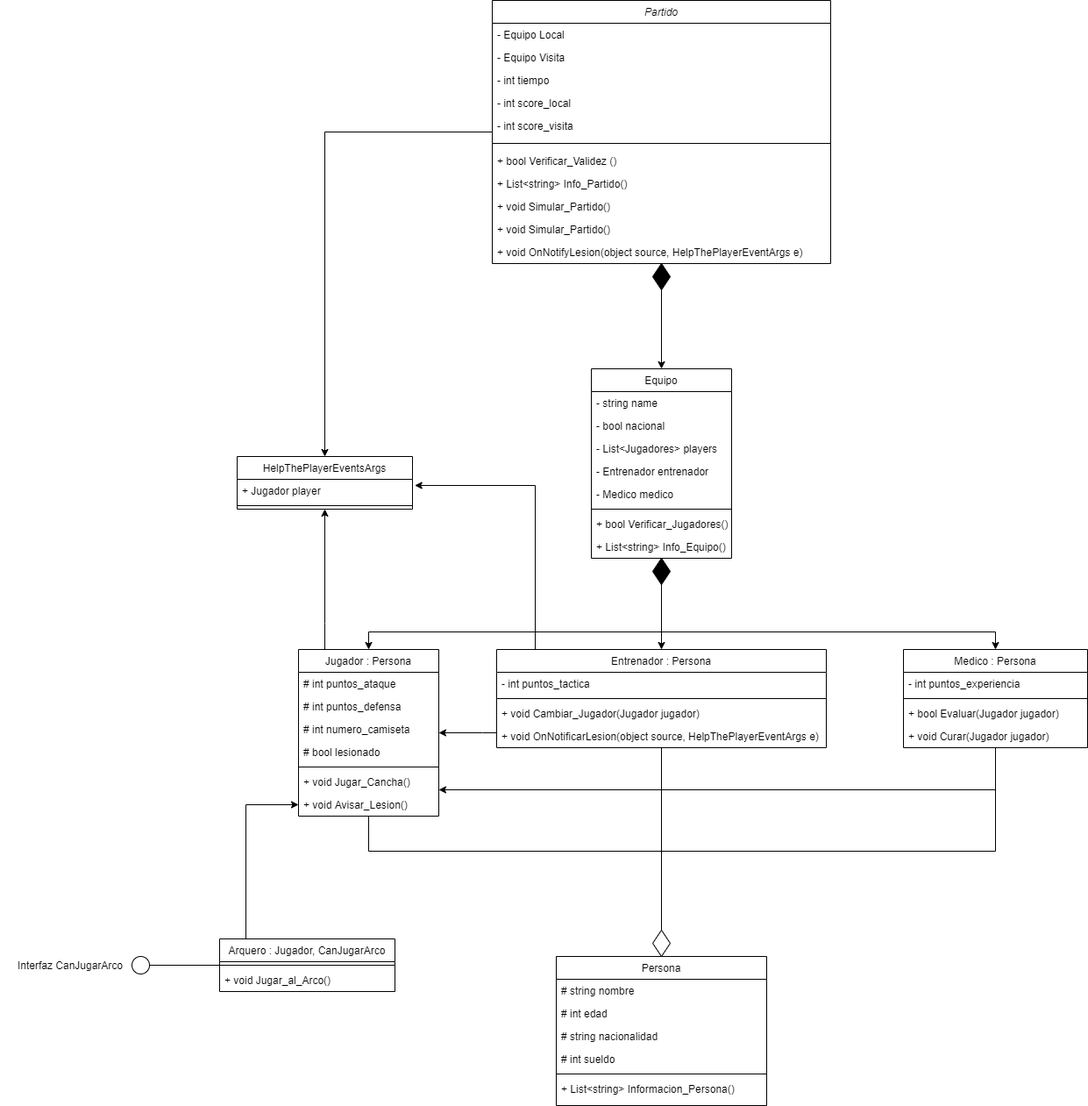
Earlier version of the draw.io export Diagrama Examen POO.png (ICC3101-202010/examen-RafaRuiz-Clavijo). Source tidied: cells renumbered, new cells last; positions are measured from the earlier drawing's top-left corner, leaving out a move shared by most shapes.
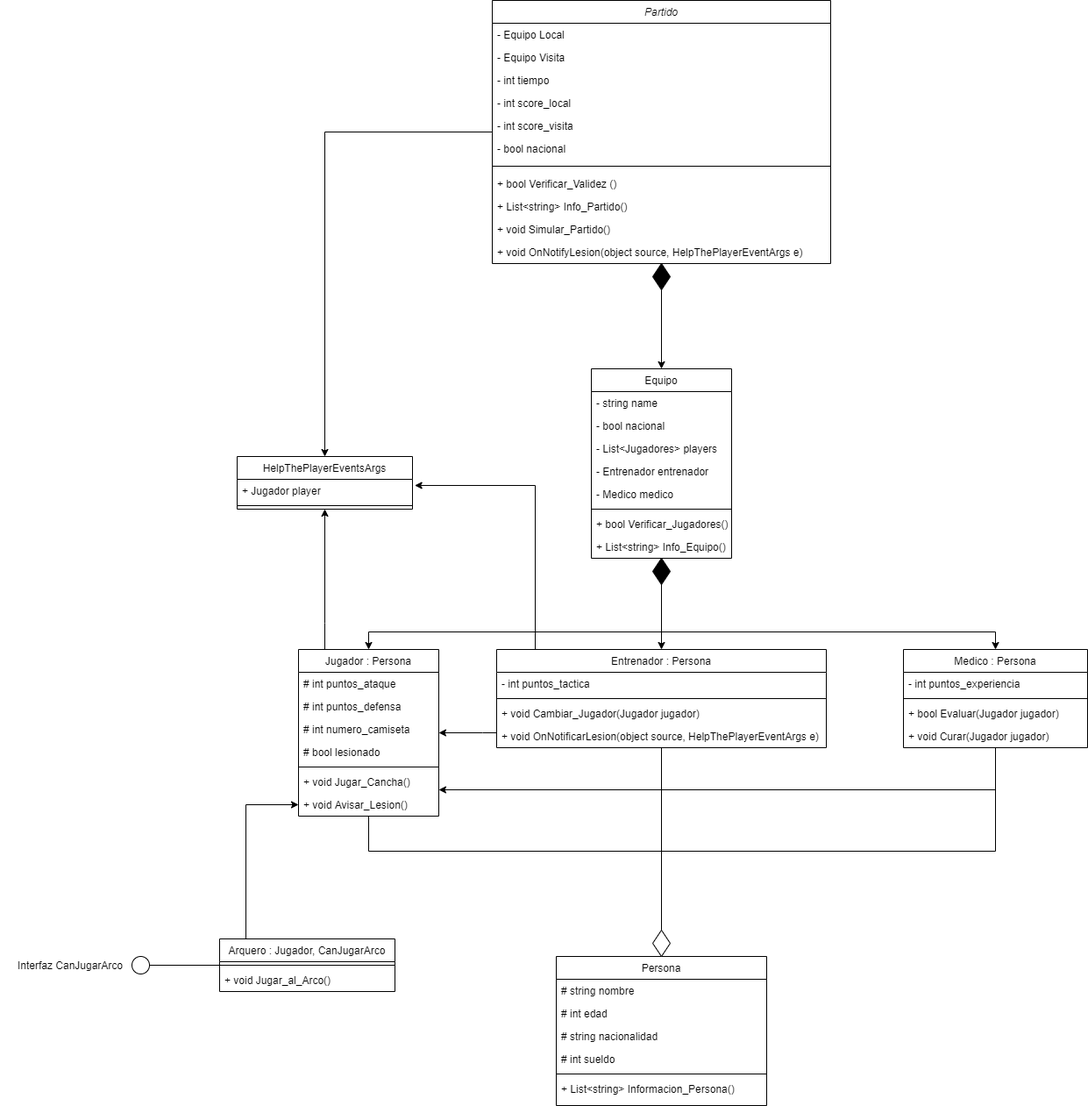
After the commit.

Commit message:
UML corregido

The edit, as a diff of the source:
```diff
@@ -45,21 +45,21 @@
     <mxCell id="12" value="- int score_visita" style="text;align=left;verticalAlign=top;spacingLeft=4;spacingRight=4;overflow=hidden;rounded=0;shadow=0;html=0;" parent="7" vertex="1">
       <mxGeometry y="130" width="386" height="26" as="geometry" />
     </mxCell>
+    <mxCell id="73" value="- bool nacional" style="text;align=left;verticalAlign=top;spacingLeft=4;spacingRight=4;overflow=hidden;rounded=0;shadow=0;html=0;" parent="7" vertex="1">
+      <mxGeometry y="156" width="386" height="26" as="geometry" />
+    </mxCell>
     <mxCell id="13" style="line;html=1;strokeWidth=1;align=left;verticalAlign=middle;spacingTop=-1;spacingLeft=3;spacingRight=3;labelPosition=right;" parent="7" vertex="1">
-      <mxGeometry y="156" width="386" height="14" as="geometry" />
+      <mxGeometry y="182" width="386" height="14" as="geometry" />
     </mxCell>
     <mxCell id="14" value="+ bool Verificar_Validez ()" style="text;align=left;verticalAlign=top;spacingLeft=4;spacingRight=4;overflow=hidden;" parent="7" vertex="1">
-      <mxGeometry y="170" width="386" height="26" as="geometry" />
+      <mxGeometry y="196" width="386" height="26" as="geometry" />
     </mxCell>
     <mxCell id="15" value="+ List&lt;string&gt; Info_Partido()" style="text;align=left;verticalAlign=top;spacingLeft=4;spacingRight=4;overflow=hidden;" parent="7" vertex="1">
-      <mxGeometry y="196" width="386" height="26" as="geometry" />
+      <mxGeometry y="222" width="386" height="26" as="geometry" />
     </mxCell>
     <mxCell id="16" value="+ void Simular_Partido()" style="text;align=left;verticalAlign=top;spacingLeft=4;spacingRight=4;overflow=hidden;" parent="7" vertex="1">
-      <mxGeometry y="222" width="386" height="26" as="geometry" />
+      <mxGeometry y="248" width="386" height="26" as="geometry" />
     </mxCell>
-    <mxCell id="17" value="+ void Simular_Partido()" style="text;align=left;verticalAlign=top;spacingLeft=4;spacingRight=4;overflow=hidden;" parent="7" vertex="1">
-      <mxGeometry y="248" width="386" height="26" as="geometry" />
-    </mxCell>
     <mxCell id="18" value="+ void OnNotifyLesion(object source, HelpThePlayerEventArgs e)" style="text;align=left;verticalAlign=top;spacingLeft=4;spacingRight=4;overflow=hidden;" parent="7" vertex="1">
       <mxGeometry y="274" width="386" height="26" as="geometry" />
     </mxCell>
```
